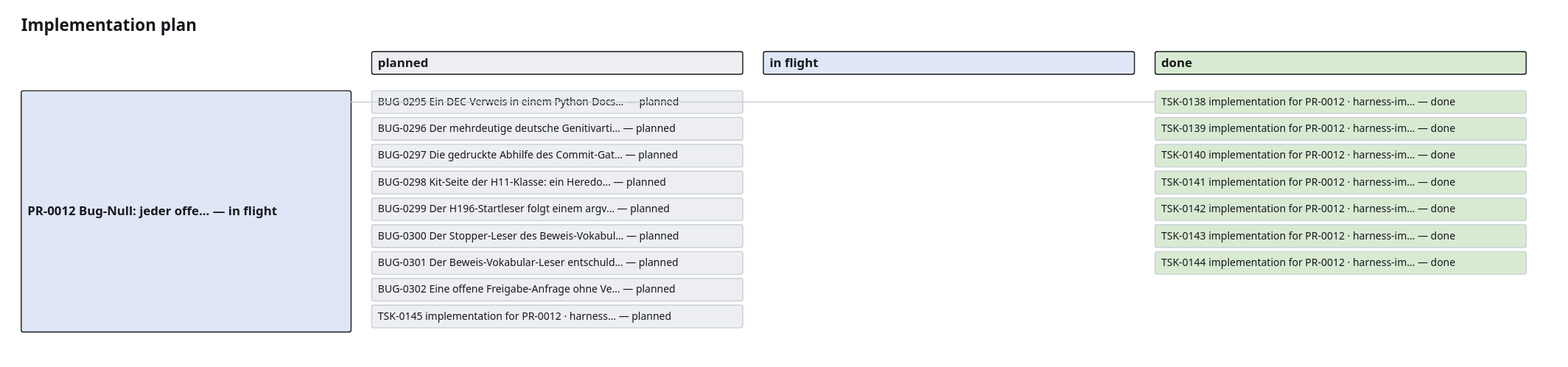
Earlier version of the draw.io export project_memory/generated/plan.drawio.svg (GiaZenX/harness). Source tidied: cells renumbered, new cells last; positions are measured from the earlier drawing's top-left corner, leaving out a move shared by most shapes.
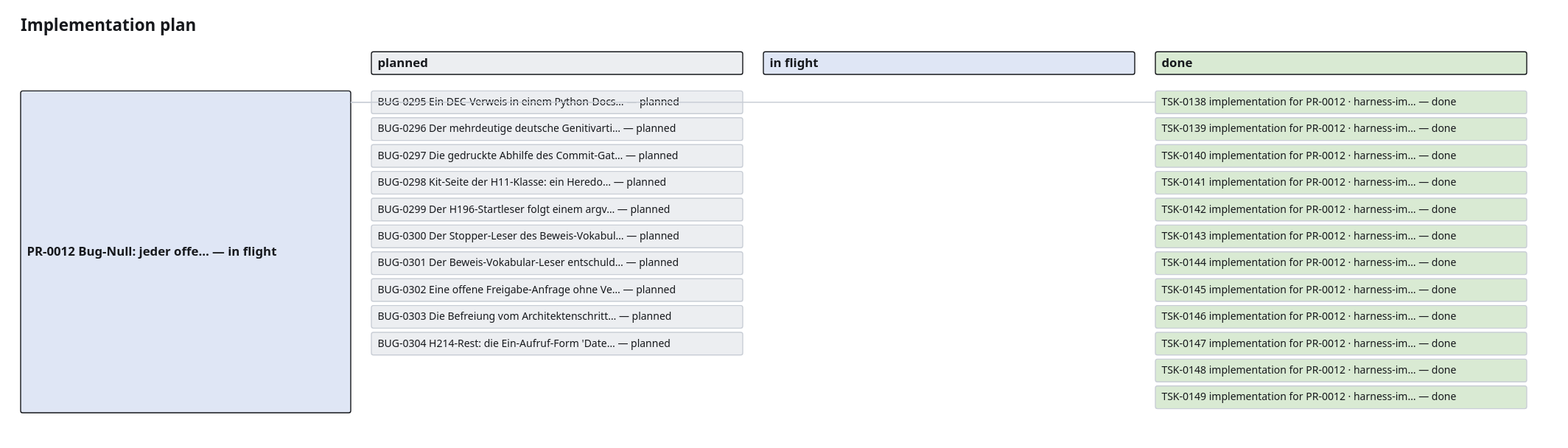
Later version of the same file.

The edit, as a diff of the source:
```diff
@@ -15,7 +15,7 @@
       <mxGeometry x="1100" y="34" width="360" height="22" as="geometry" />
     </mxCell>
     <mxCell id="6" value="PR-0012 Bug-Null: jeder offe… — in flight" style="rounded=1;whiteSpace=wrap;html=1;fillColor=#dfe6f5;strokeColor=#16181c;fontSize=12;fontStyle=1;" parent="1" vertex="1">
-      <mxGeometry y="72" width="320" height="234" as="geometry" />
+      <mxGeometry y="72" width="320" height="312" as="geometry" />
     </mxCell>
     <mxCell id="7" value="BUG-0295 Ein DEC-Verweis in einem Python-Docs… — planned" style="rounded=1;whiteSpace=wrap;html=1;fillColor=#eceef1;strokeColor=#c9ced6;fontSize=10;" parent="1" vertex="1">
       <mxGeometry x="340" y="72" width="360" height="22" as="geometry" />
@@ -44,32 +44,50 @@
     <mxCell id="15" value="BUG-0302 Eine offene Freigabe-Anfrage ohne Ve… — planned" style="rounded=1;whiteSpace=wrap;html=1;fillColor=#eceef1;strokeColor=#c9ced6;fontSize=10;" parent="1" vertex="1">
       <mxGeometry x="340" y="254" width="360" height="22" as="geometry" />
     </mxCell>
-    <mxCell id="16" value="TSK-0145 implementation for PR-0012 · harness… — planned" style="rounded=1;whiteSpace=wrap;html=1;fillColor=#eceef1;strokeColor=#c9ced6;fontSize=10;" parent="1" vertex="1">
+    <mxCell id="16" value="BUG-0303 Die Befreiung vom Architektenschritt… — planned" style="rounded=1;whiteSpace=wrap;html=1;fillColor=#eceef1;strokeColor=#c9ced6;fontSize=10;" parent="1" vertex="1">
       <mxGeometry x="340" y="280" width="360" height="22" as="geometry" />
     </mxCell>
-    <mxCell id="17" value="TSK-0138 implementation for PR-0012 · harness-im… — done" style="rounded=1;whiteSpace=wrap;html=1;fillColor=#d9ead3;strokeColor=#c9ced6;fontSize=10;" parent="1" vertex="1">
-      <mxGeometry x="1100" y="72" width="360" height="22" as="geometry" />
+    <mxCell id="17" value="BUG-0304 H214-Rest: die Ein-Aufruf-Form 'Date… — planned" style="rounded=1;whiteSpace=wrap;html=1;fillColor=#eceef1;strokeColor=#c9ced6;fontSize=10;" parent="1" vertex="1">
+      <mxGeometry x="340" y="306" width="360" height="22" as="geometry" />
     </mxCell>
-    <mxCell id="18" style="edgeStyle=orthogonalEdgeStyle;endArrow=none;strokeColor=#c9ced6;" parent="1" edge="1" source="6" target="17">
-      <mxGeometry relative="1" as="geometry" />
+    <mxCell id="18" value="TSK-0138 implementation for PR-0012 · harness-im… — done" style="rounded=1;whiteSpace=wrap;html=1;fillColor=#d9ead3;strokeColor=#c9ced6;fontSize=10;" parent="1" vertex="1">
+      <mxGeometry x="1100" y="72" width="360" height="22" as="geometry" />
     </mxCell>
-    <mxCell id="19" value="TSK-0139 implementation for PR-0012 · harness-im… — done" style="rounded=1;whiteSpace=wrap;html=1;fillColor=#d9ead3;strokeColor=#c9ced6;fontSize=10;" parent="1" vertex="1">
-      <mxGeometry x="1100" y="98" width="360" height="22" as="geometry" />
+    <mxCell id="19" style="edgeStyle=orthogonalEdgeStyle;endArrow=none;strokeColor=#c9ced6;" parent="1" edge="1" source="6" target="18">
+      <mxGeometry relative="1" as="geometry" />
     </mxCell>
-    <mxCell id="20" value="TSK-0140 implementation for PR-0012 · harness-im… — done" style="rounded=1;whiteSpace=wrap;html=1;fillColor=#d9ead3;strokeColor=#c9ced6;fontSize=10;" parent="1" vertex="1">
-      <mxGeometry x="1100" y="124" width="360" height="22" as="geometry" />
+    <mxCell id="20" value="TSK-0139 implementation for PR-0012 · harness-im… — done" style="rounded=1;whiteSpace=wrap;html=1;fillColor=#d9ead3;strokeColor=#c9ced6;fontSize=10;" parent="1" vertex="1">
+      <mxGeometry x="1100" y="98" width="360" height="22" as="geometry" />
     </mxCell>
-    <mxCell id="21" value="TSK-0141 implementation for PR-0012 · harness-im… — done" style="rounded=1;whiteSpace=wrap;html=1;fillColor=#d9ead3;strokeColor=#c9ced6;fontSize=10;" parent="1" vertex="1">
-      <mxGeometry x="1100" y="150" width="360" height="22" as="geometry" />
+    <mxCell id="21" value="TSK-0140 implementation for PR-0012 · harness-im… — done" style="rounded=1;whiteSpace=wrap;html=1;fillColor=#d9ead3;strokeColor=#c9ced6;fontSize=10;" parent="1" vertex="1">
+      <mxGeometry x="1100" y="124" width="360" height="22" as="geometry" />
     </mxCell>
-    <mxCell id="22" value="TSK-0142 implementation for PR-0012 · harness-im… — done" style="rounded=1;whiteSpace=wrap;html=1;fillColor=#d9ead3;strokeColor=#c9ced6;fontSize=10;" parent="1" vertex="1">
-      <mxGeometry x="1100" y="176" width="360" height="22" as="geometry" />
+    <mxCell id="22" value="TSK-0141 implementation for PR-0012 · harness-im… — done" style="rounded=1;whiteSpace=wrap;html=1;fillColor=#d9ead3;strokeColor=#c9ced6;fontSize=10;" parent="1" vertex="1">
+      <mxGeometry x="1100" y="150" width="360" height="22" as="geometry" />
     </mxCell>
-    <mxCell id="23" value="TSK-0143 implementation for PR-0012 · harness-im… — done" style="rounded=1;whiteSpace=wrap;html=1;fillColor=#d9ead3;strokeColor=#c9ced6;fontSize=10;" parent="1" vertex="1">
-      <mxGeometry x="1100" y="202" width="360" height="22" as="geometry" />
+    <mxCell id="23" value="TSK-0142 implementation for PR-0012 · harness-im… — done" style="rounded=1;whiteSpace=wrap;html=1;fillColor=#d9ead3;strokeColor=#c9ced6;fontSize=10;" parent="1" vertex="1">
+      <mxGeometry x="1100" y="176" width="360" height="22" as="geometry" />
     </mxCell>
-    <mxCell id="24" value="TSK-0144 implementation for PR-0012 · harness-im… — done" style="rounded=1;whiteSpace=wrap;html=1;fillColor=#d9ead3;strokeColor=#c9ced6;fontSize=10;" parent="1" vertex="1">
-      <mxGeometry x="1100" y="228" width="360" height="22" as="geometry" />
+    <mxCell id="24" value="TSK-0143 implementation for PR-0012 · harness-im… — done" style="rounded=1;whiteSpace=wrap;html=1;fillColor=#d9ead3;strokeColor=#c9ced6;fontSize=10;" parent="1" vertex="1">
+      <mxGeometry x="1100" y="202" width="360" height="22" as="geometry" />
     </mxCell>
+    <mxCell id="25" value="TSK-0144 implementation for PR-0012 · harness-im… — done" style="rounded=1;whiteSpace=wrap;html=1;fillColor=#d9ead3;strokeColor=#c9ced6;fontSize=10;" parent="1" vertex="1">
+      <mxGeometry x="1100" y="228" width="360" height="22" as="geometry" />
+    </mxCell>
+    <mxCell id="26" value="TSK-0145 implementation for PR-0012 · harness-im… — done" style="rounded=1;whiteSpace=wrap;html=1;fillColor=#d9ead3;strokeColor=#c9ced6;fontSize=10;" parent="1" vertex="1">
+      <mxGeometry x="1100" y="254" width="360" height="22" as="geometry" />
+    </mxCell>
+    <mxCell id="27" value="TSK-0146 implementation for PR-0012 · harness-im… — done" style="rounded=1;whiteSpace=wrap;html=1;fillColor=#d9ead3;strokeColor=#c9ced6;fontSize=10;" parent="1" vertex="1">
+      <mxGeometry x="1100" y="280" width="360" height="22" as="geometry" />
+    </mxCell>
+    <mxCell id="28" value="TSK-0147 implementation for PR-0012 · harness-im… — done" style="rounded=1;whiteSpace=wrap;html=1;fillColor=#d9ead3;strokeColor=#c9ced6;fontSize=10;" parent="1" vertex="1">
+      <mxGeometry x="1100" y="306" width="360" height="22" as="geometry" />
+    </mxCell>
+    <mxCell id="29" value="TSK-0148 implementation for PR-0012 · harness-im… — done" style="rounded=1;whiteSpace=wrap;html=1;fillColor=#d9ead3;strokeColor=#c9ced6;fontSize=10;" parent="1" vertex="1">
+      <mxGeometry x="1100" y="332" width="360" height="22" as="geometry" />
+    </mxCell>
+    <mxCell id="30" value="TSK-0149 implementation for PR-0012 · harness-im… — done" style="rounded=1;whiteSpace=wrap;html=1;fillColor=#d9ead3;strokeColor=#c9ced6;fontSize=10;" parent="1" vertex="1">
+      <mxGeometry x="1100" y="358" width="360" height="22" as="geometry" />
+    </mxCell>
   </root>
 </mxGraphModel>
```
